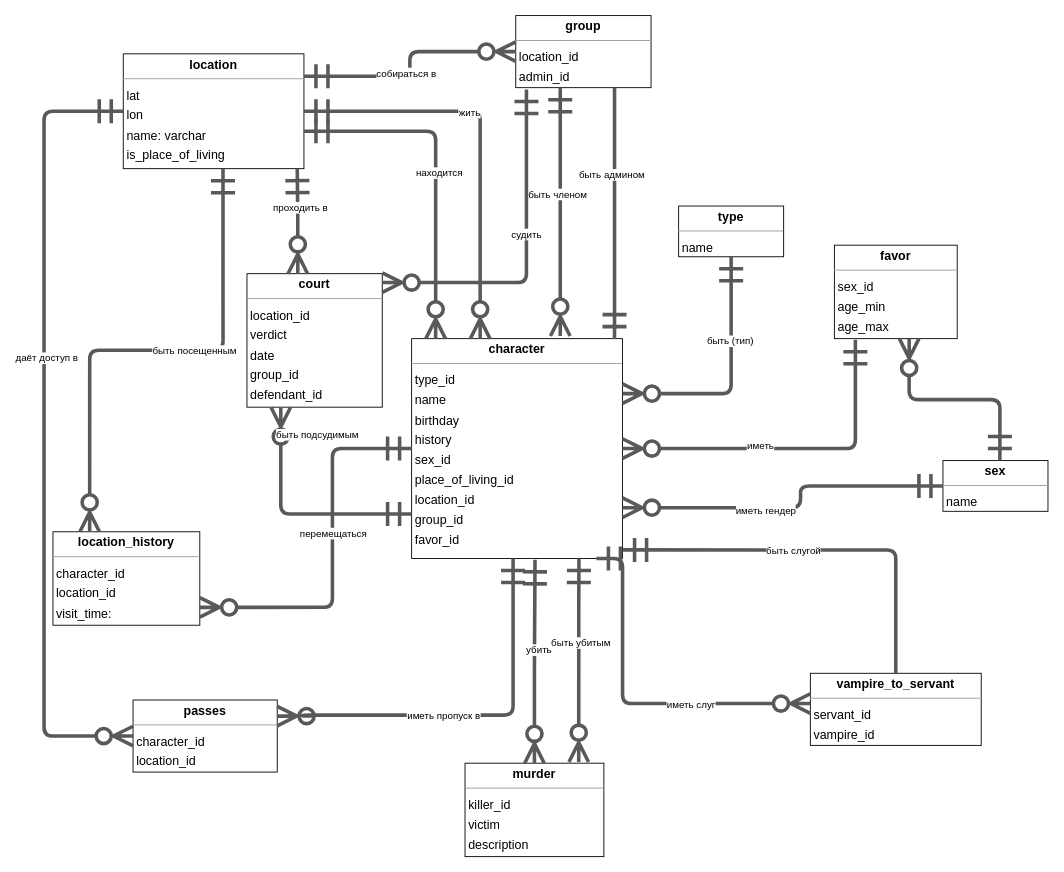
Before: ИМ.drawio in PEA-bHblE-Pb-P/course_work, a draw.io diagram. Source tidied: cells renumbered, new cells numbered last; positions are measured from the earlier drawing's top-left corner, leaving out a move shared by most shapes. Both pictures are drawn from the tidied source at 89%, with x=0, y=0 at pixel (44, 15).
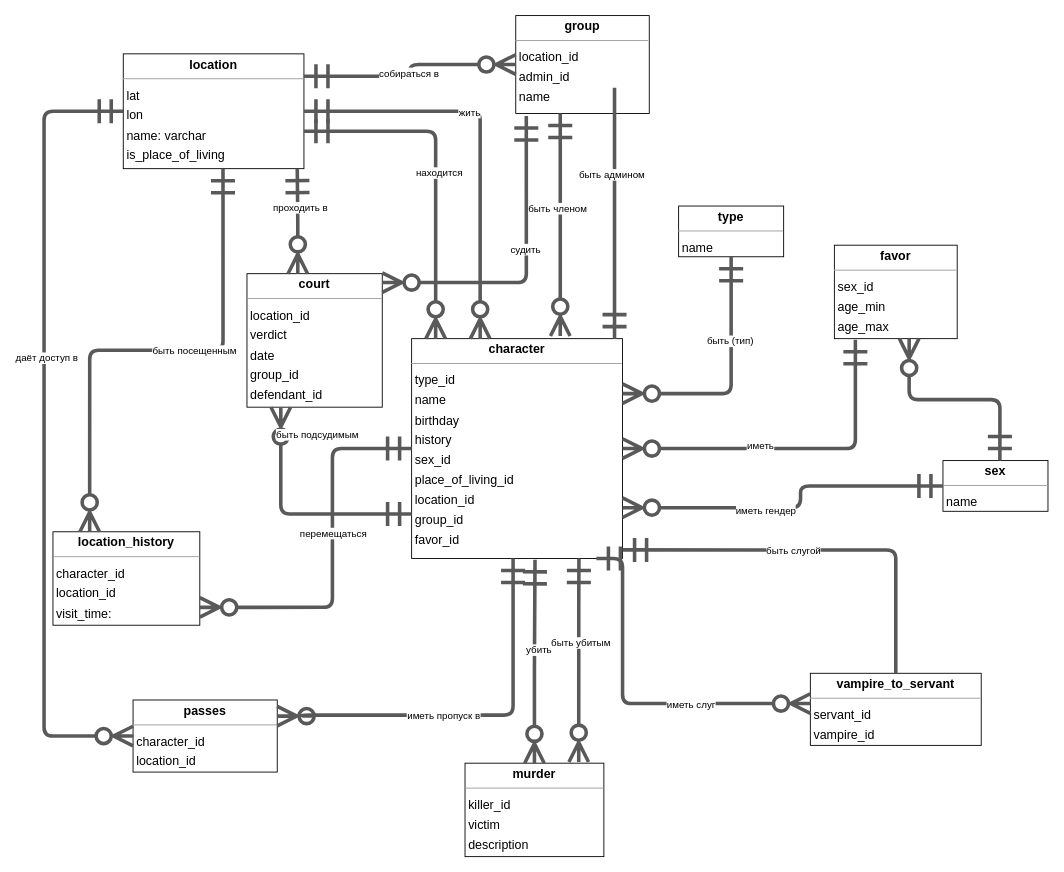
Above is the later version.

Commit message:
Add group name

The edit, as a diff of the source:
```diff
@@
-    <mxCell id="5" value="&lt;p style=&quot;margin:0px;margin-top:4px;text-align:center;&quot;&gt;&lt;b&gt;group&lt;/b&gt;&lt;/p&gt;&lt;hr size=&quot;1&quot;&gt;&lt;p style=&quot;margin:0 0 0 4px;line-height:1.6;&quot;&gt; location_id&lt;br&gt; admin_id   &lt;/p&gt;" style="verticalAlign=top;align=left;overflow=fill;fontSize=14;fontFamily=Helvetica;html=1;rounded=0;shadow=0;comic=0;labelBackgroundColor=none;strokeWidth=1;" parent="1" vertex="1">
-      <mxGeometry x="530" width="152" height="81" as="geometry" />
+    <mxCell id="5" value="&lt;p style=&quot;margin: 0px ; margin-top: 4px ; text-align: center&quot;&gt;&lt;b&gt;group&lt;/b&gt;&lt;/p&gt;&lt;hr size=&quot;1&quot;&gt;&lt;p style=&quot;margin: 0 0 0 4px ; line-height: 1.6&quot;&gt; location_id&lt;br&gt; admin_id &lt;br&gt;&lt;/p&gt;&lt;p style=&quot;margin: 0 0 0 4px ; line-height: 1.6&quot;&gt;name &lt;br&gt;&lt;/p&gt;" style="verticalAlign=top;align=left;overflow=fill;fontSize=14;fontFamily=Helvetica;html=1;rounded=0;shadow=0;comic=0;labelBackgroundColor=none;strokeWidth=1;" parent="1" vertex="1">
+      <mxGeometry x="530" width="150" height="110" as="geometry" />
     </mxCell>
```
